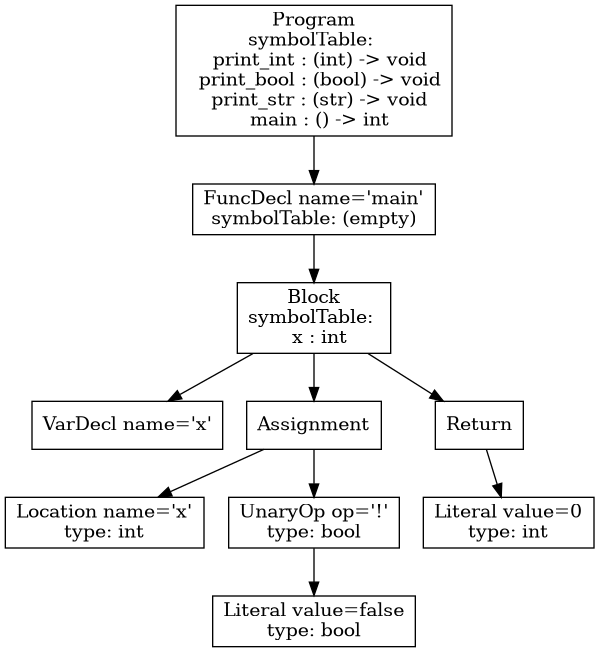
Earlier version of the Graphviz export p3-analysis/tree.png (atrim11/CS432). Its source is kept beside it as p3-analysis/tree.dot.
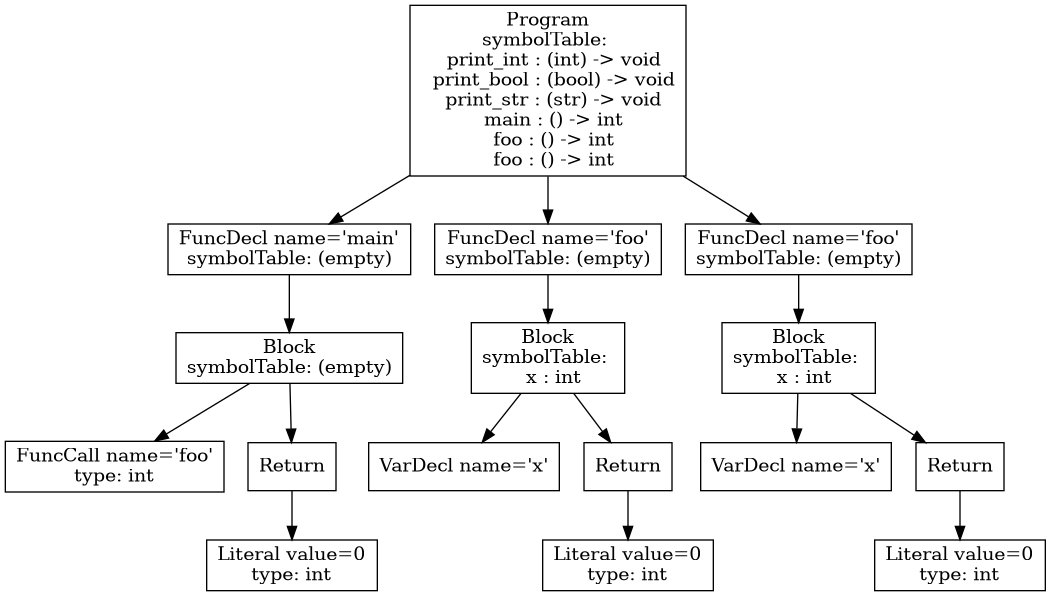
Later version of the same file.

Change to the diagram source:
```diff
@@ -1,21 +1,33 @@
 digraph AST {
-3 [shape=box, label="VarDecl name='x'"];
-5 [shape=box, label="Location name='x'\ntype: int"];
-7 [shape=box, label="Literal value=false\ntype: bool"];
-6 [shape=box, label="UnaryOp op='!'\ntype: bool"];
-6 -> 7;
-4 [shape=box, label="Assignment"];
+3 [shape=box, label="FuncCall name='foo'\ntype: int"];
+5 [shape=box, label="Literal value=0\ntype: int"];
+4 [shape=box, label="Return"];
 4 -> 5;
-4 -> 6;
-9 [shape=box, label="Literal value=0\ntype: int"];
-8 [shape=box, label="Return"];
-8 -> 9;
-2 [shape=box, label="Block\nsymbolTable: \n  x : int"];
+2 [shape=box, label="Block\nsymbolTable: (empty)"];
 2 -> 3;
 2 -> 4;
-2 -> 8;
 1 [shape=box, label="FuncDecl name='main'\nsymbolTable: (empty)"];
 1 -> 2;
-0 [shape=box, label="Program\nsymbolTable: \n  print_int : (int) -> void\n  print_bool : (bool) -> void\n  print_str : (str) -> void\n  main : () -> int"];
+8 [shape=box, label="VarDecl name='x'"];
+10 [shape=box, label="Literal value=0\ntype: int"];
+9 [shape=box, label="Return"];
+9 -> 10;
+7 [shape=box, label="Block\nsymbolTable: \n  x : int"];
+7 -> 8;
+7 -> 9;
+6 [shape=box, label="FuncDecl name='foo'\nsymbolTable: (empty)"];
+6 -> 7;
+13 [shape=box, label="VarDecl name='x'"];
+15 [shape=box, label="Literal value=0\ntype: int"];
+14 [shape=box, label="Return"];
+14 -> 15;
+12 [shape=box, label="Block\nsymbolTable: \n  x : int"];
+12 -> 13;
+12 -> 14;
+11 [shape=box, label="FuncDecl name='foo'\nsymbolTable: (empty)"];
+11 -> 12;
+0 [shape=box, label="Program\nsymbolTable: \n  print_int : (int) -> void\n  print_bool : (bool) -> void\n  print_str : (str) -> void\n  main : () -> int\n  foo : () -> int\n  foo : () -> int"];
 0 -> 1;
+0 -> 6;
+0 -> 11;
 }
```
